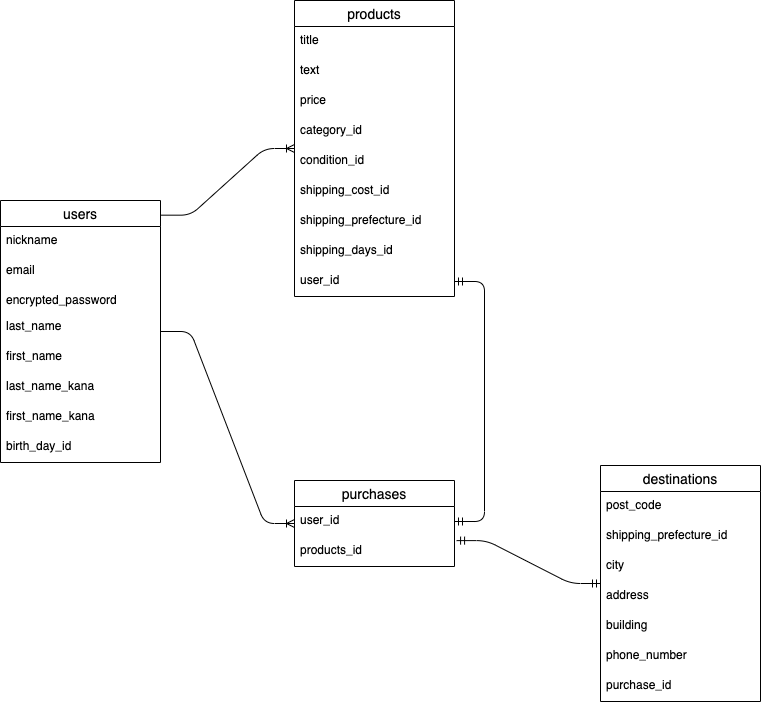
The draw.io diagram furima.drawio.png in yuki-brave/furima-37349, before a commit. Source tidied: cells renumbered, new cells last; positions are measured from the earlier drawing's top-left corner, leaving out a move shared by most shapes.
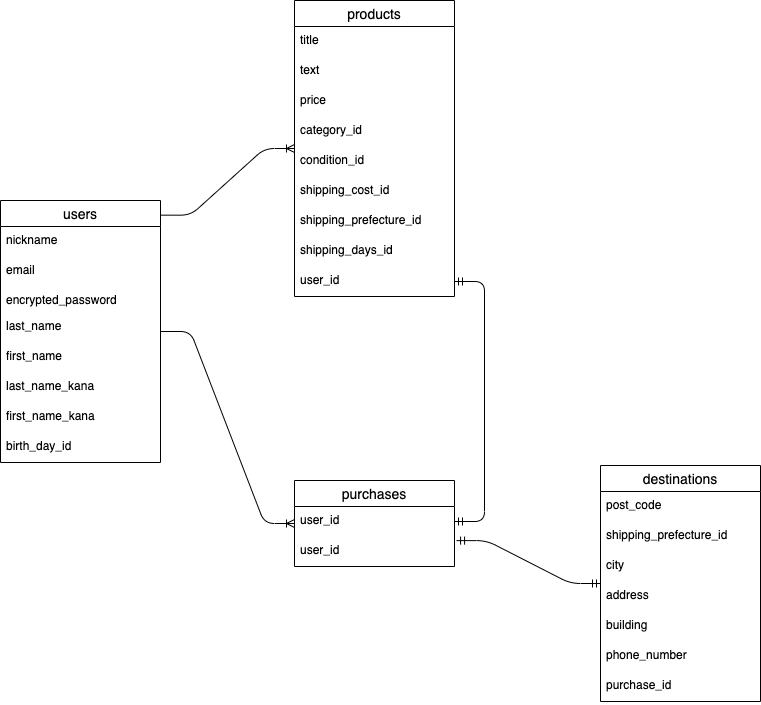
The same diagram one commit later.

Commit message:
purchasesテーブルの修正

Diff of the diagram source:
```diff
@@ -65,7 +65,7 @@
     <mxCell id="22" value="user_id" style="text;strokeColor=none;fillColor=none;spacingLeft=4;spacingRight=4;overflow=hidden;fontSize=12;" parent="21" vertex="1">
       <mxGeometry y="26" width="160" height="30" as="geometry" />
     </mxCell>
-    <mxCell id="23" value="products_id" style="text;strokeColor=none;fillColor=none;spacingLeft=4;spacingRight=4;overflow=hidden;points=[[0,0.5],[1,0.5]];portConstraint=eastwest;fontSize=12;" parent="21" vertex="1">
+    <mxCell id="23" value="user_id" style="text;strokeColor=none;fillColor=none;spacingLeft=4;spacingRight=4;overflow=hidden;points=[[0,0.5],[1,0.5]];portConstraint=eastwest;fontSize=12;" parent="21" vertex="1">
       <mxGeometry y="56" width="160" height="30" as="geometry" />
     </mxCell>
     <mxCell id="24" value="destinations" style="swimlane;fontStyle=0;horizontal=1;startSize=26;align=center;fontSize=14;" parent="1" vertex="1">
```
